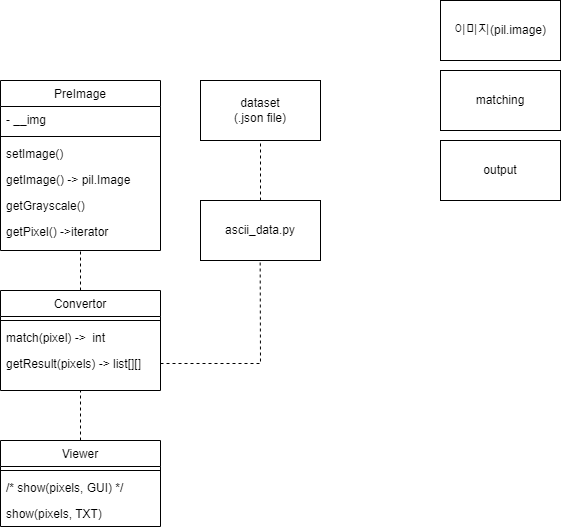
Earlier version of the draw.io export ascii_art.drawio.png (IT-ooth/ascii-art). Source tidied: cells renumbered, new cells last; positions are measured from the earlier drawing's top-left corner, leaving out a move shared by most shapes.
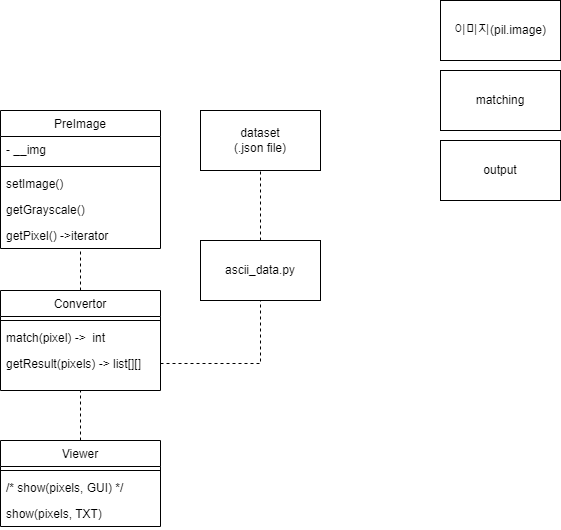
The same diagram one commit later.

Commit message:
update ascii_art.drawio.png to delete getImage in PreImage

The edit, as a diff of the source:
```diff
@@ -3,7 +3,7 @@
     <mxCell id="0" />
     <mxCell id="1" parent="0" />
     <mxCell id="2" value="PreImage" style="swimlane;fontStyle=0;align=center;verticalAlign=top;horizontal=1;startSize=26;rounded=0;shadow=0;strokeWidth=1;" parent="1" vertex="1">
-      <mxGeometry y="80" width="160" height="170" as="geometry" />
+      <mxGeometry y="110" width="160" height="138" as="geometry" />
     </mxCell>
     <mxCell id="3" value="- __img" style="text;align=left;verticalAlign=top;spacingLeft=4;spacingRight=4;overflow=hidden;" parent="2" vertex="1">
       <mxGeometry y="26" width="160" height="26" as="geometry" />
@@ -14,14 +14,11 @@
     <mxCell id="5" value="setImage()" style="text;align=left;verticalAlign=top;spacingLeft=4;spacingRight=4;overflow=hidden;" parent="2" vertex="1">
       <mxGeometry y="60" width="160" height="26" as="geometry" />
     </mxCell>
-    <mxCell id="6" value="getImage() -&gt; pil.Image" style="text;align=left;verticalAlign=top;spacingLeft=4;spacingRight=4;overflow=hidden;" parent="2" vertex="1">
-      <mxGeometry y="86" width="160" height="26" as="geometry" />
-    </mxCell>
     <mxCell id="7" value="getGrayscale()" style="text;align=left;verticalAlign=top;spacingLeft=4;spacingRight=4;overflow=hidden;" parent="2" vertex="1">
-      <mxGeometry y="112" width="160" height="26" as="geometry" />
+      <mxGeometry y="86" width="160" height="26" as="geometry" />
     </mxCell>
     <mxCell id="8" value="getPixel() -&gt;iterator" style="text;align=left;verticalAlign=top;spacingLeft=4;spacingRight=4;overflow=hidden;" parent="2" vertex="1">
-      <mxGeometry y="138" width="160" height="26" as="geometry" />
+      <mxGeometry y="112" width="160" height="26" as="geometry" />
     </mxCell>
     <mxCell id="9" value="이미지(pil.image)" style="rounded=0;whiteSpace=wrap;html=1;" parent="1" vertex="1">
       <mxGeometry x="440" width="120" height="60" as="geometry" />
@@ -33,7 +30,7 @@
       <mxGeometry x="440" y="140" width="120" height="60" as="geometry" />
     </mxCell>
     <mxCell id="12" value="dataset&lt;br&gt;(.json file)" style="rounded=0;whiteSpace=wrap;html=1;" parent="1" vertex="1">
-      <mxGeometry x="200" y="80" width="120" height="60" as="geometry" />
+      <mxGeometry x="200" y="110" width="120" height="60" as="geometry" />
     </mxCell>
     <mxCell id="13" value="Convertor" style="swimlane;fontStyle=0;align=center;verticalAlign=top;horizontal=1;startSize=26;rounded=0;shadow=0;strokeWidth=1;" parent="1" vertex="1">
       <mxGeometry y="290" width="160" height="100" as="geometry" />
@@ -69,11 +66,10 @@
       <mxGeometry relative="1" as="geometry" />
     </mxCell>
     <mxCell id="24" value="ascii_data.py" style="rounded=0;whiteSpace=wrap;html=1;" parent="1" vertex="1">
-      <mxGeometry x="200" y="200" width="120" height="60" as="geometry" />
+      <mxGeometry x="200" y="240" width="120" height="60" as="geometry" />
     </mxCell>
-    <mxCell id="25" style="endArrow=none;dashed=1;html=1;rounded=0;entryX=0.5;entryY=1;entryDx=0;entryDy=0;exitX=1;exitY=0.5;exitDx=0;exitDy=0;" parent="1" edge="1" source="16">
+    <mxCell id="25" style="endArrow=none;dashed=1;html=1;rounded=0;exitX=1;exitY=0.5;exitDx=0;exitDy=0;entryX=0.5;entryY=1;entryDx=0;entryDy=0;" parent="1" edge="1" source="16" target="24">
       <mxGeometry relative="1" as="geometry">
-        <mxPoint x="259.7" y="260" as="targetPoint" />
         <Array as="points">
           <mxPoint x="260" y="363" />
         </Array>
```
